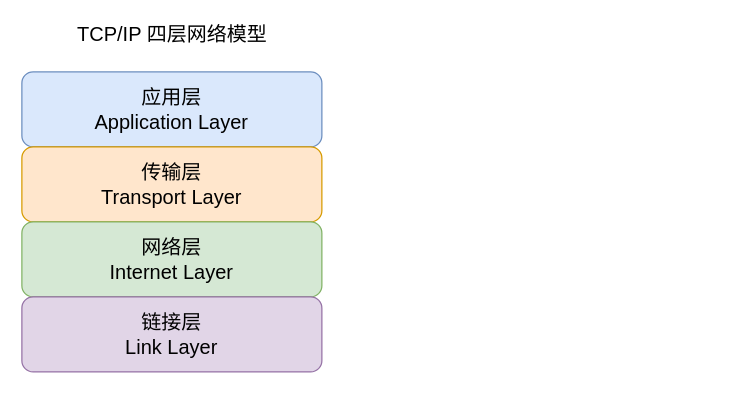
Earlier version of the draw.io diagram 网络/https/5层.drawio (xiaolincoder/ImageHost4). Source tidied: cells renumbered, new cells numbered last; positions are measured from the earlier drawing's top-left corner, leaving out a move shared by most shapes. Both pictures are drawn from the tidied source at 125%, with x=0, y=0 at pixel (21, 21).
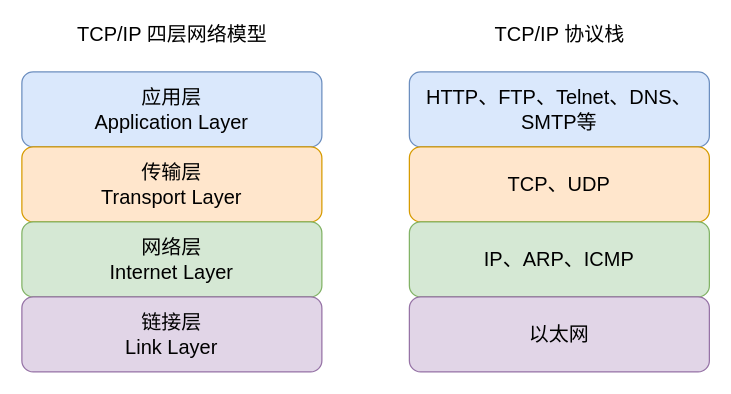
The same diagram, later.

The edit, as a diff of the source:
```diff
@@
 <mxGraphModel>
   <root>
     <mxCell id="0" />
     <mxCell id="1" parent="0" />
     <mxCell id="2" value="应用层&lt;br&gt;Application Layer" style="rounded=1;whiteSpace=wrap;html=1;fontSize=16;fillColor=#dae8fc;strokeColor=#6c8ebf;" parent="1" vertex="1">
       <mxGeometry y="40" width="240" height="60" as="geometry" />
     </mxCell>
     <mxCell id="3" value="传输层&lt;br&gt;Transport Layer" style="rounded=1;whiteSpace=wrap;html=1;fontSize=16;fillColor=#ffe6cc;strokeColor=#d79b00;" parent="1" vertex="1">
       <mxGeometry y="100" width="240" height="60" as="geometry" />
     </mxCell>
     <mxCell id="4" value="网络层&lt;br&gt;Internet Layer" style="rounded=1;whiteSpace=wrap;html=1;fontSize=16;fillColor=#d5e8d4;strokeColor=#82b366;" parent="1" vertex="1">
       <mxGeometry y="160" width="240" height="60" as="geometry" />
     </mxCell>
     <mxCell id="5" value="链接层&lt;br&gt;Link Layer" style="rounded=1;whiteSpace=wrap;html=1;fontSize=16;fillColor=#e1d5e7;strokeColor=#9673a6;" parent="1" vertex="1">
       <mxGeometry y="220" width="240" height="60" as="geometry" />
     </mxCell>
     <mxCell id="6" value="TCP/IP 四层网络模型" style="text;html=1;align=center;verticalAlign=middle;strokeColor=none;fillColor=none;fontSize=16;" parent="1" vertex="1">
       <mxGeometry x="35" width="170" height="20" as="geometry" />
     </mxCell>
+    <mxCell id="7" value="HTTP、FTP、Telnet、DNS、SMTP等" style="rounded=1;whiteSpace=wrap;html=1;fontSize=16;fillColor=#dae8fc;strokeColor=#6c8ebf;" parent="1" vertex="1">
+      <mxGeometry x="310" y="40" width="240" height="60" as="geometry" />
+    </mxCell>
+    <mxCell id="8" value="TCP、UDP" style="rounded=1;whiteSpace=wrap;html=1;fontSize=16;fillColor=#ffe6cc;strokeColor=#d79b00;" parent="1" vertex="1">
+      <mxGeometry x="310" y="100" width="240" height="60" as="geometry" />
+    </mxCell>
+    <mxCell id="9" value="IP、ARP、ICMP" style="rounded=1;whiteSpace=wrap;html=1;fontSize=16;fillColor=#d5e8d4;strokeColor=#82b366;" parent="1" vertex="1">
+      <mxGeometry x="310" y="160" width="240" height="60" as="geometry" />
+    </mxCell>
+    <mxCell id="10" value="以太网" style="rounded=1;whiteSpace=wrap;html=1;fontSize=16;fillColor=#e1d5e7;strokeColor=#9673a6;" parent="1" vertex="1">
+      <mxGeometry x="310" y="220" width="240" height="60" as="geometry" />
+    </mxCell>
+    <mxCell id="11" value="TCP/IP 协议栈" style="text;html=1;align=center;verticalAlign=middle;strokeColor=none;fillColor=none;fontSize=16;" parent="1" vertex="1">
+      <mxGeometry x="370" width="120" height="20" as="geometry" />
+    </mxCell>
   </root>
 </mxGraphModel>
```
